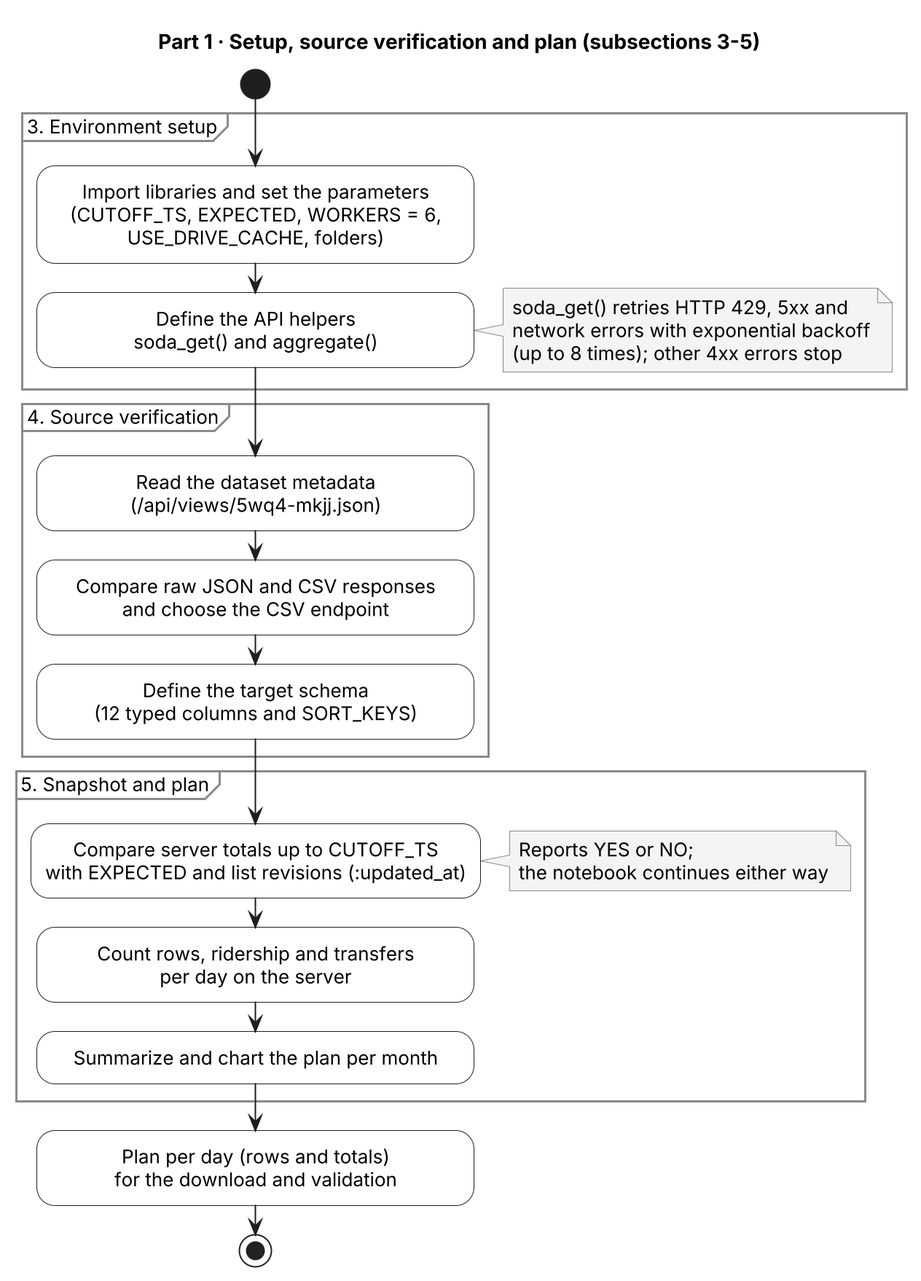
The PlantUML diagram docs/diagrams/gathering_2025-01_2026-10/01_setup_source_plan.png in fxrdhan/mta-subway-bigdata, before a commit. Source of this version:
```plantuml
@startuml 01_setup_source_plan
skinparamlocked dpi 192
!include _style.iuml

title Part 1 · Setup, source verification and plan (subsections 3-5)

start
partition "3. Environment setup" {
  :Import libraries and set the parameters
  (CUTOFF_TS, EXPECTED, WORKERS = 6,
  USE_DRIVE_CACHE, folders);
  :Define the API helpers
  soda_get() and aggregate();
  note right
    soda_get() retries HTTP 429, 5xx and
    network errors with exponential backoff
    (up to 8 times); other 4xx errors stop
  end note
}
partition "4. Source verification" {
  :Read the dataset metadata
  (/api/views/5wq4-mkjj.json);
  :Compare raw JSON and CSV responses
  and choose the CSV endpoint;
  :Define the target schema
  (12 typed columns and SORT_KEYS);
}
partition "5. Snapshot and plan" {
  :Compare server totals up to CUTOFF_TS
  with EXPECTED and list revisions (:updated_at);
  note right
    Reports YES or NO;
    the notebook continues either way
  end note
  :Count rows, ridership and transfers
  per day on the server;
  :Summarize and chart the plan per month;
}
:Plan per day (rows and totals)
for the download and validation;
stop
@enduml
```
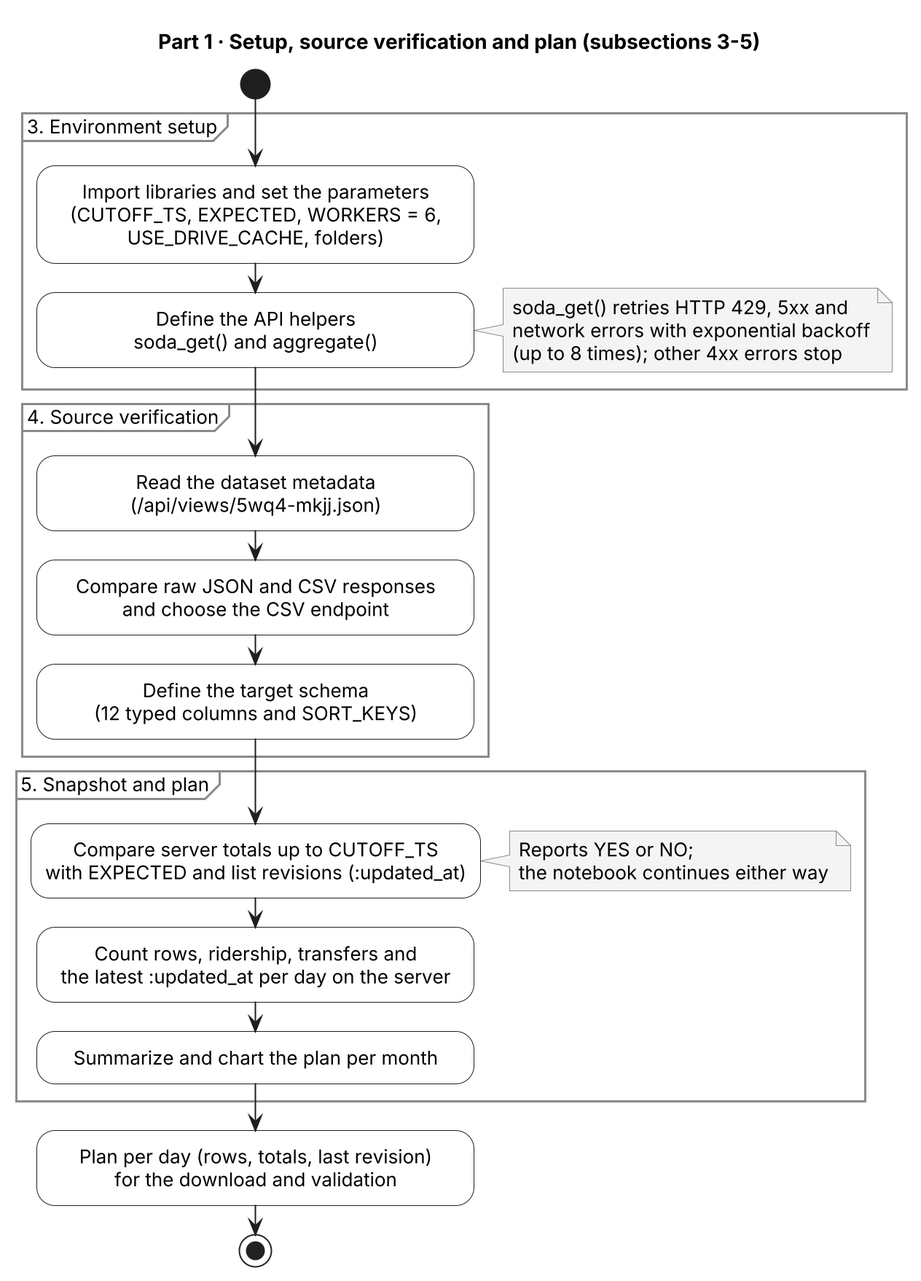
The same file after the commit.

Commit message:
feat: deteksi revisi server per hari dengan :updated_at

What changed in the source:
```diff
@@ -32,11 +32,11 @@
     Reports YES or NO;
     the notebook continues either way
   end note
-  :Count rows, ridership and transfers
-  per day on the server;
+  :Count rows, ridership, transfers and
+  the latest :updated_at per day on the server;
   :Summarize and chart the plan per month;
 }
-:Plan per day (rows and totals)
+:Plan per day (rows, totals, last revision)
 for the download and validation;
 stop
 @enduml
```
